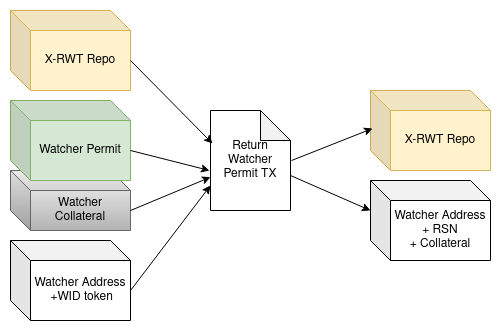
Earlier version of the draw.io export images/Return_Total_Permit.png (rosen-bridge/contract). Source tidied: cells renumbered, new cells last; positions are measured from the earlier drawing's top-left corner, leaving out a move shared by most shapes.
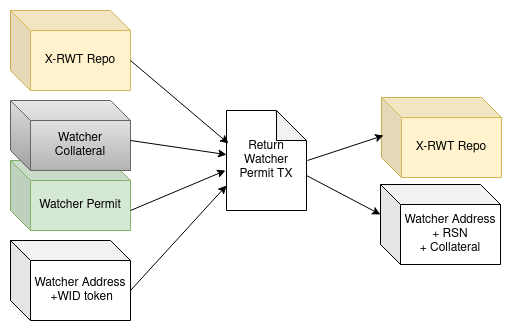
The same diagram one commit later.

Commit message:
Update documents for moving permit count to collateral

Diff of the diagram source:
```diff
@@ -2,39 +2,39 @@
   <root>
     <mxCell id="0" />
     <mxCell id="1" parent="0" />
+    <mxCell id="4" value="&lt;div&gt;Watcher Permit&lt;br&gt;&lt;/div&gt;" style="shape=cube;whiteSpace=wrap;html=1;boundedLbl=1;backgroundOutline=1;darkOpacity=0.05;darkOpacity2=0.1;fillColor=#d5e8d4;strokeColor=#82b366;" parent="1" vertex="1">
+      <mxGeometry y="520" width="120" height="70" as="geometry" />
+    </mxCell>
     <mxCell id="2" value="Watcher&lt;br&gt;Collateral" style="shape=cube;whiteSpace=wrap;html=1;boundedLbl=1;backgroundOutline=1;darkOpacity=0.05;darkOpacity2=0.1;fillColor=#f5f5f5;strokeColor=#666666;gradientColor=#b3b3b3;" parent="1" vertex="1">
-      <mxGeometry y="160" width="120" height="60" as="geometry" />
+      <mxGeometry y="460" width="120" height="70" as="geometry" />
     </mxCell>
     <mxCell id="3" value="&lt;div&gt;Watcher Address&lt;br&gt;&lt;/div&gt;&lt;div&gt;&amp;nbsp;+WID token&lt;br&gt;&lt;/div&gt;" style="shape=cube;whiteSpace=wrap;html=1;boundedLbl=1;backgroundOutline=1;darkOpacity=0.05;darkOpacity2=0.1;" parent="1" vertex="1">
-      <mxGeometry y="230" width="120" height="80" as="geometry" />
+      <mxGeometry y="600" width="120" height="80" as="geometry" />
     </mxCell>
-    <mxCell id="4" value="&lt;div&gt;Watcher Permit&lt;br&gt;&lt;/div&gt;" style="shape=cube;whiteSpace=wrap;html=1;boundedLbl=1;backgroundOutline=1;darkOpacity=0.05;darkOpacity2=0.1;fillColor=#d5e8d4;strokeColor=#82b366;" parent="1" vertex="1">
-      <mxGeometry y="90" width="120" height="80" as="geometry" />
-    </mxCell>
-    <mxCell id="5" value="&lt;div&gt;X-RWT Repo&lt;/div&gt;" style="shape=cube;whiteSpace=wrap;html=1;boundedLbl=1;backgroundOutline=1;darkOpacity=0.05;darkOpacity2=0.1;fillColor=#fff2cc;strokeColor=#d6b656;" parent="1" vertex="1">
-      <mxGeometry width="120" height="80" as="geometry" />
-    </mxCell>
-    <mxCell id="6" value="&lt;div&gt;X-RWT Repo&lt;/div&gt;" style="shape=cube;whiteSpace=wrap;html=1;boundedLbl=1;backgroundOutline=1;darkOpacity=0.05;darkOpacity2=0.1;fillColor=#fff2cc;strokeColor=#d6b656;" parent="1" vertex="1">
-      <mxGeometry x="360" y="80" width="120" height="80" as="geometry" />
-    </mxCell>
+    <mxCell id="15" value="&lt;div&gt;X-RWT Repo&lt;/div&gt;" style="shape=cube;whiteSpace=wrap;html=1;boundedLbl=1;backgroundOutline=1;darkOpacity=0.05;darkOpacity2=0.1;fillColor=#fff2cc;strokeColor=#d6b656;" parent="1" vertex="1">
+      <mxGeometry y="370" width="120" height="80" as="geometry" />
+    </mxCell>
+    <mxCell id="16" value="&lt;div&gt;X-RWT Repo&lt;/div&gt;" style="shape=cube;whiteSpace=wrap;html=1;boundedLbl=1;backgroundOutline=1;darkOpacity=0.05;darkOpacity2=0.1;fillColor=#fff2cc;strokeColor=#d6b656;" parent="1" vertex="1">
+      <mxGeometry x="371" y="457" width="120" height="80" as="geometry" />
+    </mxCell>
     <mxCell id="7" value="&lt;div&gt;Watcher Address&lt;br&gt;&lt;/div&gt;&lt;div&gt;+ RSN&lt;br&gt;+ Collateral&lt;br&gt;&lt;/div&gt;" style="shape=cube;whiteSpace=wrap;html=1;boundedLbl=1;backgroundOutline=1;darkOpacity=0.05;darkOpacity2=0.1;" parent="1" vertex="1">
-      <mxGeometry x="360" y="170" width="120" height="80" as="geometry" />
+      <mxGeometry x="370" y="544" width="120" height="80" as="geometry" />
     </mxCell>
     <mxCell id="8" value="Return Watcher Permit TX" style="shape=note;whiteSpace=wrap;html=1;backgroundOutline=1;darkOpacity=0.05;" parent="1" vertex="1">
-      <mxGeometry x="200" y="100" width="80" height="100" as="geometry" />
+      <mxGeometry x="216" y="470" width="80" height="100" as="geometry" />
     </mxCell>
-    <mxCell id="9" style="endArrow=classic;html=1;rounded=0;exitX=0;exitY=0;exitDx=120;exitDy=50;exitPerimeter=0;entryX=0.025;entryY=0.33;entryDx=0;entryDy=0;entryPerimeter=0;" parent="1" edge="1" source="5" target="8">
-      <mxGeometry relative="1" as="geometry" />
-    </mxCell>
+    <mxCell id="17" style="endArrow=classic;html=1;rounded=0;exitX=0;exitY=0;exitDx=120;exitDy=50;exitPerimeter=0;entryX=0.025;entryY=0.33;entryDx=0;entryDy=0;entryPerimeter=0;" parent="1" edge="1" source="15" target="8">
+      <mxGeometry relative="1" as="geometry" />
+    </mxCell>
     <mxCell id="10" style="endArrow=classic;html=1;rounded=0;exitX=0;exitY=0;exitDx=120;exitDy=50;exitPerimeter=0;entryX=-0.012;entryY=0.6;entryDx=0;entryDy=0;entryPerimeter=0;" parent="1" edge="1" source="4" target="8">
       <mxGeometry relative="1" as="geometry" />
     </mxCell>
     <mxCell id="11" style="endArrow=classic;html=1;rounded=0;exitX=0;exitY=0;exitDx=120;exitDy=50;exitPerimeter=0;entryX=0;entryY=0.75;entryDx=0;entryDy=0;entryPerimeter=0;" parent="1" edge="1" source="3" target="8">
       <mxGeometry relative="1" as="geometry" />
     </mxCell>
-    <mxCell id="12" style="endArrow=classic;html=1;rounded=0;exitX=1.013;exitY=0.5;exitDx=0;exitDy=0;exitPerimeter=0;entryX=0.017;entryY=0.475;entryDx=0;entryDy=0;entryPerimeter=0;" parent="1" edge="1" source="8" target="6">
-      <mxGeometry relative="1" as="geometry" />
-    </mxCell>
+    <mxCell id="18" style="endArrow=classic;html=1;rounded=0;exitX=1.013;exitY=0.5;exitDx=0;exitDy=0;exitPerimeter=0;entryX=0.017;entryY=0.475;entryDx=0;entryDy=0;entryPerimeter=0;" parent="1" edge="1" source="8" target="16">
+      <mxGeometry relative="1" as="geometry" />
+    </mxCell>
     <mxCell id="13" style="endArrow=classic;html=1;rounded=0;exitX=0;exitY=0;exitDx=80;exitDy=65;exitPerimeter=0;entryX=0;entryY=0;entryDx=0;entryDy=30;entryPerimeter=0;" parent="1" edge="1" source="8" target="7">
       <mxGeometry relative="1" as="geometry" />
     </mxCell>
```
